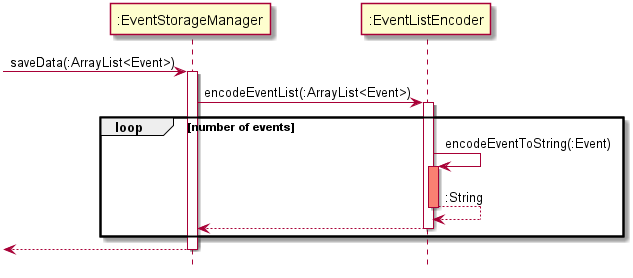
Before: docs/diagram/EventStorageSaveSequence.png, a diagram exported from PlantUML (untitle4/tp). Its diagram source:
```plantuml
@startuml
hide footbox

-> ":EventStorageManager" : saveData(:ArrayList<Event>)
activate ":EventStorageManager"
":EventStorageManager" -> ":EventListEncoder" : encodeEventList(:ArrayList<Event>)
activate ":EventListEncoder"

loop number of events
":EventListEncoder" -> ":EventListEncoder" : encodeEventToString(:Event)
activate ":EventListEncoder" #salmon
":EventListEncoder" --> ":EventListEncoder" : :String
deactivate ":EventListEncoder"
":EventListEncoder" --> ":EventStorageManager"
deactivate ":EventListEncoder"
end loop
<-- ":EventStorageManager"
deactivate ":EventStorageManager"

@enduml
```
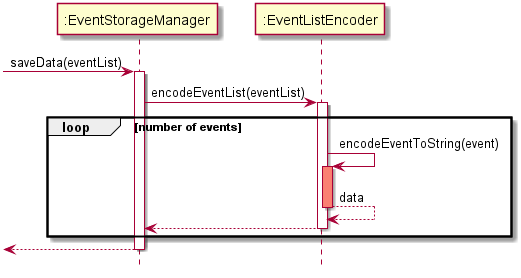
After the commit.

Change to the diagram source:
```diff
@@ -1,15 +1,15 @@
 @startuml
 hide footbox
 
--> ":EventStorageManager" : saveData(:ArrayList<Event>)
+-> ":EventStorageManager" : saveData(eventList)
 activate ":EventStorageManager"
-":EventStorageManager" -> ":EventListEncoder" : encodeEventList(:ArrayList<Event>)
+":EventStorageManager" -> ":EventListEncoder" : encodeEventList(eventList)
 activate ":EventListEncoder"
 
 loop number of events
-":EventListEncoder" -> ":EventListEncoder" : encodeEventToString(:Event)
+":EventListEncoder" -> ":EventListEncoder" : encodeEventToString(event)
 activate ":EventListEncoder" #salmon
-":EventListEncoder" --> ":EventListEncoder" : :String
+":EventListEncoder" --> ":EventListEncoder" : data
 deactivate ":EventListEncoder"
 ":EventListEncoder" --> ":EventStorageManager"
 deactivate ":EventListEncoder"
```
